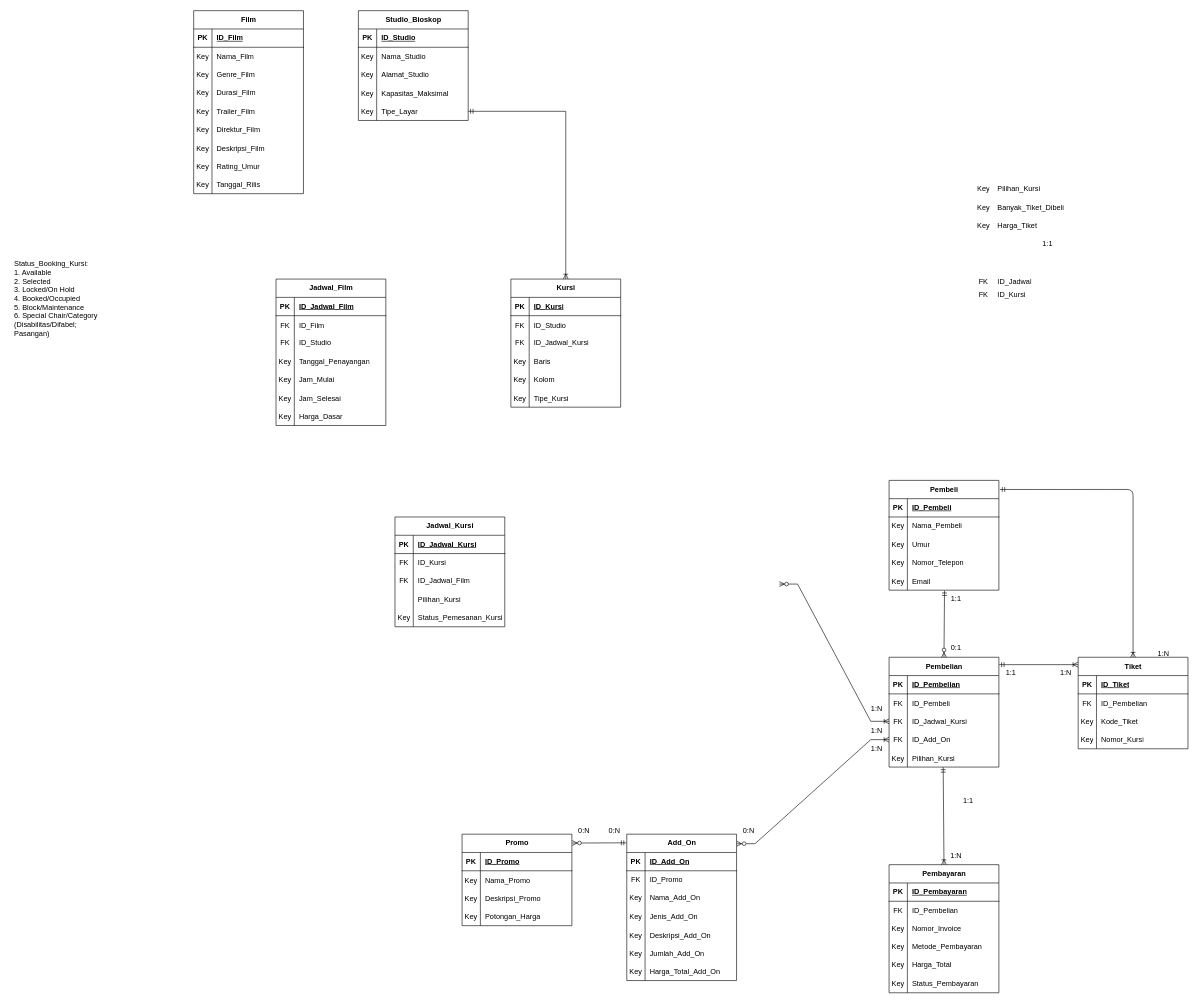
King-Ag-Jv/Project-Atrem keeps this draw.io diagram as page "Diagram-Utama" (1 of 3) of sistem-pembelian-tiket-retake.drawio. Above is the earlier version. Source tidied: cells renumbered, new cells numbered last; positions are measured from the earlier drawing's top-left corner, leaving out a move shared by most shapes. Both pictures are drawn from the tidied source at 61%, with x=0, y=0 at pixel (10, 10).
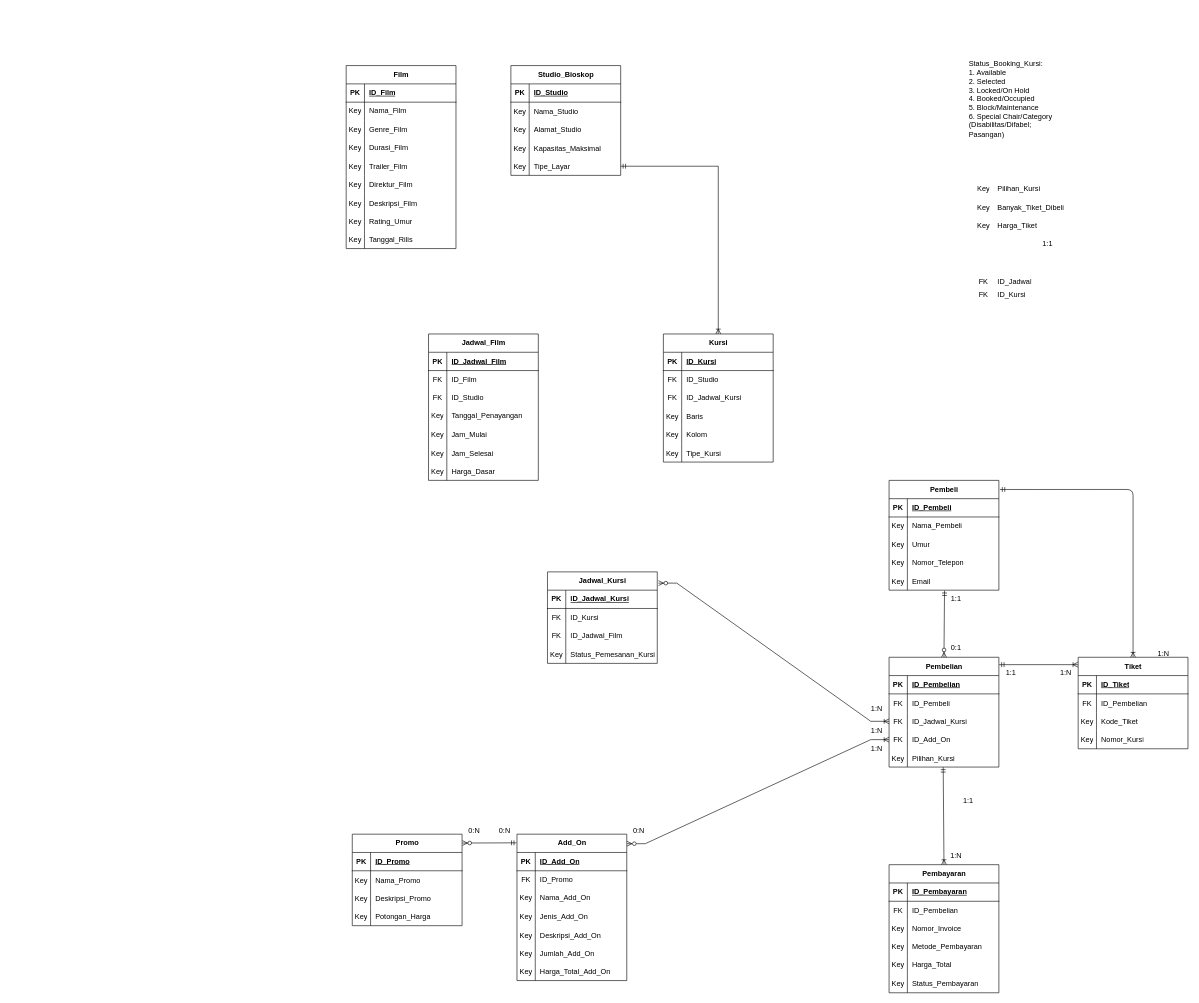
The same diagram, later.

What changed in the source:
```diff
@@
     <mxCell id="53" value="Film" style="shape=table;startSize=30;childLayout=tableLayout;rowLines=0;fontStyle=1;align=center;html=1;" parent="1" vertex="1">
-      <mxGeometry x="300" width="180" height="300" as="geometry" />
+      <mxGeometry x="550" y="90" width="180" height="300" as="geometry" />
     </mxCell>
@@
     <mxCell id="94" value="Add_On" style="shape=table;startSize=30;childLayout=tableLayout;rowLines=0;fontStyle=1;align=center;html=1;" parent="1" vertex="1">
-      <mxGeometry x="1010" y="1350" width="180" height="240" as="geometry" />
+      <mxGeometry x="830" y="1350" width="180" height="240" as="geometry" />
     </mxCell>
@@
     <mxCell id="116" value="Promo" style="shape=table;startSize=30;childLayout=tableLayout;rowLines=0;fontStyle=1;align=center;html=1;" parent="1" vertex="1">
-      <mxGeometry x="740" y="1350" width="180" height="150" as="geometry" />
+      <mxGeometry x="560" y="1350" width="180" height="150" as="geometry" />
     </mxCell>
@@
-    <mxCell id="130" style="edgeStyle=entityRelationEdgeStyle;fontSize=12;html=1;endArrow=ERoneToMany;startArrow=ERzeroToMany;rounded=0;entryX=0;entryY=0.5;entryDx=0;entryDy=0;" parent="1" edge="1">
+    <mxCell id="130" style="edgeStyle=entityRelationEdgeStyle;fontSize=12;html=1;endArrow=ERoneToMany;startArrow=ERzeroToMany;rounded=0;entryX=0;entryY=0.5;entryDx=0;entryDy=0;exitX=1.011;exitY=0.123;exitDx=0;exitDy=0;exitPerimeter=0;" parent="1" edge="1" source="167">
       <mxGeometry relative="1" as="geometry">
-        <mxPoint x="1260" y="940" as="sourcePoint" />
         <mxPoint x="1440" y="1165" as="targetPoint" />
       </mxGeometry>
     </mxCell>
@@
     <mxCell id="136" style="shape=tableRow;horizontal=0;startSize=0;swimlaneHead=0;swimlaneBody=0;fillColor=none;top=0;left=0;right=0;bottom=0;" parent="1" vertex="1">
-      <mxGeometry x="630" y="630" width="180" height="30" as="geometry" />
+      <mxGeometry x="880" y="720" width="180" height="30" as="geometry" />
     </mxCell>
@@
     <mxCell id="140" value="0:N" style="text;html=1;whiteSpace=wrap;strokeColor=none;fillColor=none;align=center;verticalAlign=middle;rounded=0;" parent="1" vertex="1">
-      <mxGeometry x="910" y="1330" width="60" height="30" as="geometry" />
+      <mxGeometry x="730" y="1330" width="60" height="30" as="geometry" />
     </mxCell>
     <mxCell id="141" value="0:N" style="text;html=1;whiteSpace=wrap;strokeColor=none;fillColor=none;align=center;verticalAlign=middle;rounded=0;" parent="1" vertex="1">
-      <mxGeometry x="960" y="1330" width="60" height="30" as="geometry" />
+      <mxGeometry x="780" y="1330" width="60" height="30" as="geometry" />
     </mxCell>
     <mxCell id="142" value="0:N" style="text;html=1;whiteSpace=wrap;strokeColor=none;fillColor=none;align=center;verticalAlign=middle;rounded=0;" parent="1" vertex="1">
-      <mxGeometry x="1180" y="1330" width="60" height="30" as="geometry" />
+      <mxGeometry x="1000" y="1330" width="60" height="30" as="geometry" />
     </mxCell>
@@
     <mxCell id="150" value="Status_Booking_Kursi:&lt;div&gt;1. Available&lt;/div&gt;&lt;div&gt;2. Selected&lt;/div&gt;&lt;div&gt;3. Locked/On Hold&lt;/div&gt;&lt;div&gt;4. Booked/Occupied&lt;/div&gt;&lt;div&gt;5. Block/Maintenance&lt;/div&gt;&lt;div&gt;6. Special Chair/Category (Disabilitas/Difabel; Pasangan)&lt;/div&gt;" style="text;strokeColor=none;fillColor=none;align=left;verticalAlign=middle;spacingLeft=4;spacingRight=4;overflow=hidden;whiteSpace=wrap;html=1;" parent="1" vertex="1">
-      <mxGeometry y="397" width="150" height="150" as="geometry" />
+      <mxGeometry x="1565" y="70" width="150" height="150" as="geometry" />
     </mxCell>
     <mxCell id="151" value="Studio_Bioskop" style="shape=table;startSize=30;childLayout=tableLayout;rowLines=0;fontStyle=1;align=center;html=1;" parent="1" vertex="1">
-      <mxGeometry x="570" width="180" height="180" as="geometry" />
+      <mxGeometry x="820" y="90" width="180" height="180" as="geometry" />
     </mxCell>
@@
     <mxCell id="167" value="Jadwal_Kursi" style="shape=table;startSize=30;childLayout=tableLayout;rowLines=0;fontStyle=1;align=center;html=1;" parent="1" vertex="1">
-      <mxGeometry x="630" y="830" width="180" height="180" as="geometry" />
+      <mxGeometry x="880" y="920" width="180" height="150" as="geometry" />
     </mxCell>
@@
-    <mxCell id="177" style="shape=tableRow;horizontal=0;startSize=0;swimlaneHead=0;swimlaneBody=0;fillColor=none;top=0;left=0;right=0;bottom=0;" parent="167" vertex="1">
-      <mxGeometry y="120" width="180" height="30" as="geometry" />
-    </mxCell>
-    <mxCell id="178" style="shape=partialRectangle;fillColor=none;top=0;left=0;bottom=0;right=0;overflow=hidden;" parent="177" vertex="1">
-      <mxGeometry width="30" height="30" as="geometry" />
-    </mxCell>
-    <mxCell id="179" value="Pilihan_Kursi" style="shape=partialRectangle;fillColor=none;top=0;left=0;bottom=0;right=0;align=left;spacingLeft=6;overflow=hidden;" parent="177" vertex="1">
-      <mxGeometry x="30" width="150" height="30" as="geometry" />
-    </mxCell>
     <mxCell id="180" style="shape=tableRow;horizontal=0;startSize=0;swimlaneHead=0;swimlaneBody=0;fillColor=none;top=0;left=0;right=0;bottom=0;" parent="167" vertex="1">
-      <mxGeometry y="150" width="180" height="30" as="geometry" />
+      <mxGeometry y="120" width="180" height="30" as="geometry" />
     </mxCell>
@@
     <mxCell id="183" value="Kursi" style="shape=table;startSize=30;childLayout=tableLayout;rowLines=0;fontStyle=1;align=center;html=1;" parent="1" vertex="1">
-      <mxGeometry x="820" y="440" width="180" height="210" as="geometry" />
+      <mxGeometry x="1070" y="530" width="180" height="210" as="geometry" />
     </mxCell>
@@
     <mxCell id="203" value="Jadwal_Film" style="shape=table;startSize=30;childLayout=tableLayout;rowLines=0;fontStyle=1;align=center;html=1;" parent="1" vertex="1">
-      <mxGeometry x="435" y="440" width="180" height="240" as="geometry" />
+      <mxGeometry x="685" y="530" width="180" height="240" as="geometry" />
     </mxCell>
@@
     <mxCell id="235" style="shape=tableRow;horizontal=0;startSize=0;swimlaneHead=0;swimlaneBody=0;fillColor=none;top=0;left=0;right=0;bottom=0;" parent="1" vertex="1">
-      <mxGeometry x="810" y="980" width="180" height="30" as="geometry" />
+      <mxGeometry x="1060" y="1070" width="180" height="30" as="geometry" />
     </mxCell>
```
